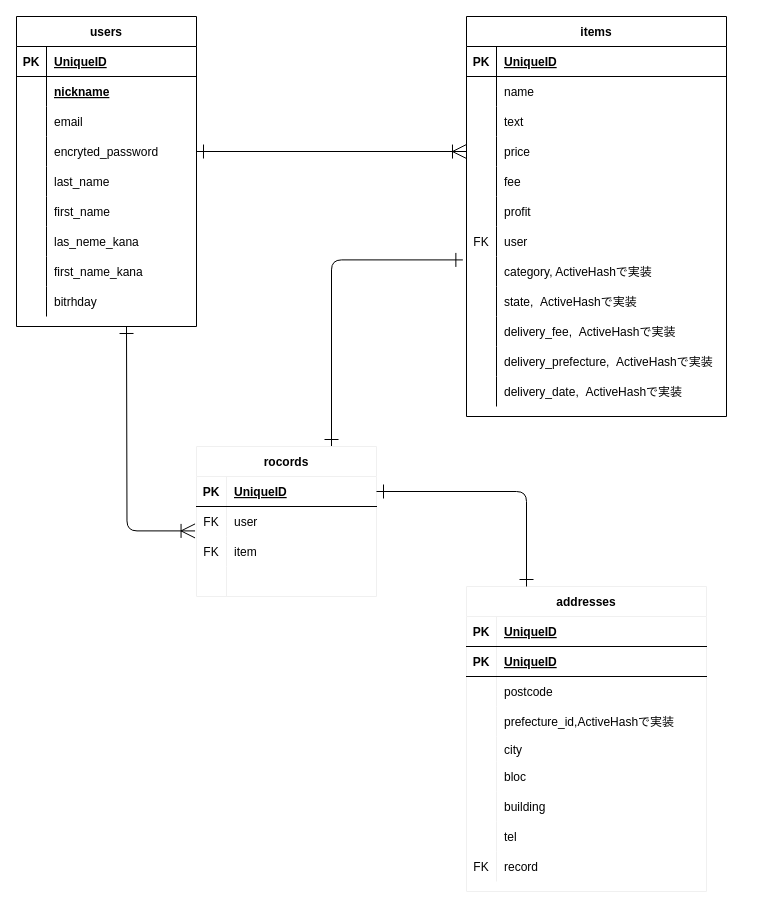
Earlier version of the draw.io diagram ER図.dio (teru-90/furima-33069). Source tidied: cells renumbered, new cells numbered last; positions are measured from the earlier drawing's top-left corner, leaving out a move shared by most shapes. Both pictures are drawn from the tidied source at 100%, with x=0, y=0 at pixel (16, 16).
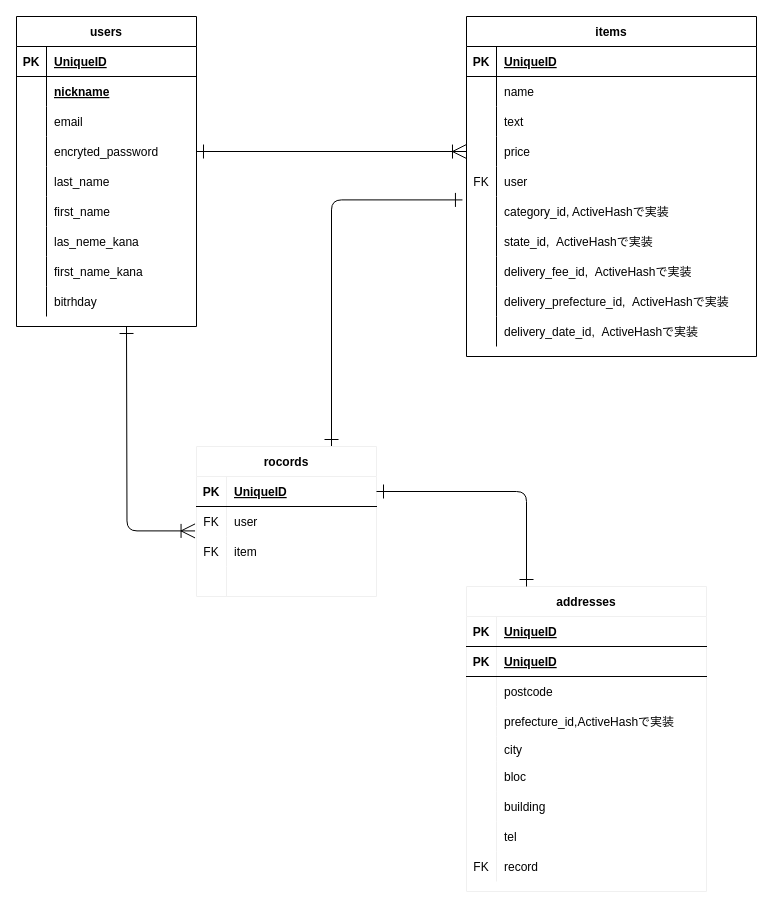
Above is the later version.

Commit message (it also covers changes not shown here):
修正ActiveHashカラムへ_idの追加と単数形への変更,カラム削除

Diff of the diagram source:
```diff
@@
     <mxCell id="31" value="items" style="shape=table;startSize=30;childLayout=tableLayout;rowLines=0;fontStyle=1;align=center;" parent="1" vertex="1">
-      <mxGeometry x="450" width="260" height="400" as="geometry" />
+      <mxGeometry x="450" width="290" height="340" as="geometry" />
     </mxCell>
     <mxCell id="32" style="shape=partialRectangle;fillColor=none;top=0;left=0;bottom=1;right=0;" parent="31" vertex="1">
-      <mxGeometry y="30" width="260" height="30" as="geometry" />
+      <mxGeometry y="30" width="290" height="30" as="geometry" />
     </mxCell>
@@
     <mxCell id="34" value="UniqueID" style="shape=partialRectangle;fillColor=none;top=0;left=0;bottom=0;right=0;align=left;spacingLeft=6;fontStyle=5;overflow=hidden;" parent="32" vertex="1">
-      <mxGeometry x="30" width="230" height="30" as="geometry" />
+      <mxGeometry x="30" width="260" height="30" as="geometry" />
     </mxCell>
     <mxCell id="35" style="shape=partialRectangle;fillColor=none;top=0;left=0;bottom=0;right=0;" parent="31" vertex="1">
-      <mxGeometry y="60" width="260" height="30" as="geometry" />
+      <mxGeometry y="60" width="290" height="30" as="geometry" />
     </mxCell>
@@
     <mxCell id="37" value="name" style="shape=partialRectangle;fillColor=none;top=0;left=0;bottom=0;right=0;align=left;spacingLeft=6;overflow=hidden;" parent="35" vertex="1">
-      <mxGeometry x="30" width="230" height="30" as="geometry" />
+      <mxGeometry x="30" width="260" height="30" as="geometry" />
     </mxCell>
     <mxCell id="38" style="shape=partialRectangle;fillColor=none;top=0;left=0;bottom=0;right=0;" parent="31" vertex="1">
-      <mxGeometry y="90" width="260" height="30" as="geometry" />
+      <mxGeometry y="90" width="290" height="30" as="geometry" />
     </mxCell>
@@
     <mxCell id="40" value="text" style="shape=partialRectangle;fillColor=none;top=0;left=0;bottom=0;right=0;align=left;spacingLeft=6;overflow=hidden;" parent="38" vertex="1">
-      <mxGeometry x="30" width="230" height="30" as="geometry" />
+      <mxGeometry x="30" width="260" height="30" as="geometry" />
     </mxCell>
     <mxCell id="41" style="shape=partialRectangle;fillColor=none;top=0;left=0;bottom=0;right=0;points=[[0,0.5],[1,0.5]];portConstraint=eastwest;" parent="31" vertex="1">
-      <mxGeometry y="120" width="260" height="30" as="geometry" />
+      <mxGeometry y="120" width="290" height="30" as="geometry" />
     </mxCell>
@@
     <mxCell id="43" value="price" style="shape=partialRectangle;fillColor=none;top=0;left=0;bottom=0;right=0;align=left;spacingLeft=6;overflow=hidden;" parent="41" vertex="1">
-      <mxGeometry x="30" width="230" height="30" as="geometry" />
+      <mxGeometry x="30" width="260" height="30" as="geometry" />
     </mxCell>
-    <mxCell id="44" style="shape=partialRectangle;fillColor=none;top=0;left=0;bottom=0;right=0;" parent="31" vertex="1">
-      <mxGeometry y="150" width="260" height="30" as="geometry" />
-    </mxCell>
-    <mxCell id="45" style="shape=partialRectangle;fillColor=none;top=0;left=0;bottom=0;right=0;overflow=hidden;" parent="44" vertex="1">
-      <mxGeometry width="30" height="30" as="geometry" />
-    </mxCell>
-    <mxCell id="46" value="fee" style="shape=partialRectangle;fillColor=none;top=0;left=0;bottom=0;right=0;align=left;spacingLeft=6;overflow=hidden;" parent="44" vertex="1">
-      <mxGeometry x="30" width="230" height="30" as="geometry" />
-    </mxCell>
-    <mxCell id="47" style="shape=partialRectangle;fillColor=none;top=0;left=0;bottom=0;right=0;" parent="31" vertex="1">
-      <mxGeometry y="180" width="260" height="30" as="geometry" />
-    </mxCell>
-    <mxCell id="48" style="shape=partialRectangle;fillColor=none;top=0;left=0;bottom=0;right=0;overflow=hidden;" parent="47" vertex="1">
-      <mxGeometry width="30" height="30" as="geometry" />
-    </mxCell>
-    <mxCell id="49" value="profit" style="shape=partialRectangle;fillColor=none;top=0;left=0;bottom=0;right=0;align=left;spacingLeft=6;overflow=hidden;" parent="47" vertex="1">
-      <mxGeometry x="30" width="230" height="30" as="geometry" />
-    </mxCell>
     <mxCell id="50" style="shape=partialRectangle;fillColor=none;top=0;left=0;bottom=0;right=0;" parent="31" vertex="1">
-      <mxGeometry y="210" width="260" height="30" as="geometry" />
+      <mxGeometry y="150" width="290" height="30" as="geometry" />
     </mxCell>
@@
     <mxCell id="52" value="user" style="shape=partialRectangle;fillColor=none;top=0;left=0;bottom=0;right=0;align=left;spacingLeft=6;overflow=hidden;" parent="50" vertex="1">
-      <mxGeometry x="30" width="230" height="30" as="geometry" />
+      <mxGeometry x="30" width="260" height="30" as="geometry" />
     </mxCell>
     <mxCell id="53" style="shape=partialRectangle;fillColor=none;top=0;left=0;bottom=0;right=0;points=[[0,0.5],[1,0.5]];portConstraint=eastwest;" parent="31" vertex="1">
-      <mxGeometry y="240" width="260" height="30" as="geometry" />
+      <mxGeometry y="180" width="290" height="30" as="geometry" />
     </mxCell>
@@
-    <mxCell id="55" value="category, ActiveHashで実装" style="shape=partialRectangle;fillColor=none;top=0;left=0;bottom=0;right=0;align=left;spacingLeft=6;overflow=hidden;" parent="53" vertex="1">
-      <mxGeometry x="30" width="230" height="30" as="geometry" />
+    <mxCell id="55" value="category_id, ActiveHashで実装" style="shape=partialRectangle;fillColor=none;top=0;left=0;bottom=0;right=0;align=left;spacingLeft=6;overflow=hidden;" parent="53" vertex="1">
+      <mxGeometry x="30" width="260" height="30" as="geometry" />
     </mxCell>
     <mxCell id="56" style="shape=partialRectangle;fillColor=none;top=0;left=0;bottom=0;right=0;" parent="31" vertex="1">
-      <mxGeometry y="270" width="260" height="30" as="geometry" />
+      <mxGeometry y="210" width="290" height="30" as="geometry" />
     </mxCell>
@@
-    <mxCell id="58" value="state,  ActiveHashで実装" style="shape=partialRectangle;fillColor=none;top=0;left=0;bottom=0;right=0;align=left;spacingLeft=6;overflow=hidden;" parent="56" vertex="1">
-      <mxGeometry x="30" width="230" height="30" as="geometry" />
+    <mxCell id="58" value="state_id,  ActiveHashで実装" style="shape=partialRectangle;fillColor=none;top=0;left=0;bottom=0;right=0;align=left;spacingLeft=6;overflow=hidden;" parent="56" vertex="1">
+      <mxGeometry x="30" width="260" height="30" as="geometry" />
     </mxCell>
     <mxCell id="59" style="shape=partialRectangle;fillColor=none;top=0;left=0;bottom=0;right=0;" parent="31" vertex="1">
-      <mxGeometry y="300" width="260" height="30" as="geometry" />
+      <mxGeometry y="240" width="290" height="30" as="geometry" />
     </mxCell>
@@
-    <mxCell id="61" value="delivery_fee,  ActiveHashで実装" style="shape=partialRectangle;fillColor=none;top=0;left=0;bottom=0;right=0;align=left;spacingLeft=6;overflow=hidden;" parent="59" vertex="1">
-      <mxGeometry x="30" width="230" height="30" as="geometry" />
+    <mxCell id="61" value="delivery_fee_id,  ActiveHashで実装" style="shape=partialRectangle;fillColor=none;top=0;left=0;bottom=0;right=0;align=left;spacingLeft=6;overflow=hidden;" parent="59" vertex="1">
+      <mxGeometry x="30" width="260" height="30" as="geometry" />
     </mxCell>
     <mxCell id="62" style="shape=partialRectangle;fillColor=none;top=0;left=0;bottom=0;right=0;" parent="31" vertex="1">
-      <mxGeometry y="330" width="260" height="30" as="geometry" />
+      <mxGeometry y="270" width="290" height="30" as="geometry" />
     </mxCell>
@@
-    <mxCell id="64" value="delivery_prefecture,  ActiveHashで実装" style="shape=partialRectangle;fillColor=none;top=0;left=0;bottom=0;right=0;align=left;spacingLeft=6;overflow=hidden;" parent="62" vertex="1">
-      <mxGeometry x="30" width="230" height="30" as="geometry" />
+    <mxCell id="64" value="delivery_prefecture_id,  ActiveHashで実装" style="shape=partialRectangle;fillColor=none;top=0;left=0;bottom=0;right=0;align=left;spacingLeft=6;overflow=hidden;" parent="62" vertex="1">
+      <mxGeometry x="30" width="260" height="30" as="geometry" />
     </mxCell>
     <mxCell id="65" style="shape=partialRectangle;fillColor=none;top=0;left=0;bottom=0;right=0;" parent="31" vertex="1">
-      <mxGeometry y="360" width="260" height="30" as="geometry" />
+      <mxGeometry y="300" width="290" height="30" as="geometry" />
     </mxCell>
@@
-    <mxCell id="67" value="delivery_date,  ActiveHashで実装" style="shape=partialRectangle;fillColor=none;top=0;left=0;bottom=0;right=0;align=left;spacingLeft=6;overflow=hidden;" parent="65" vertex="1">
-      <mxGeometry x="30" width="230" height="30" as="geometry" />
+    <mxCell id="67" value="delivery_date_id,  ActiveHashで実装" style="shape=partialRectangle;fillColor=none;top=0;left=0;bottom=0;right=0;align=left;spacingLeft=6;overflow=hidden;" parent="65" vertex="1">
+      <mxGeometry x="30" width="260" height="30" as="geometry" />
     </mxCell>
```
